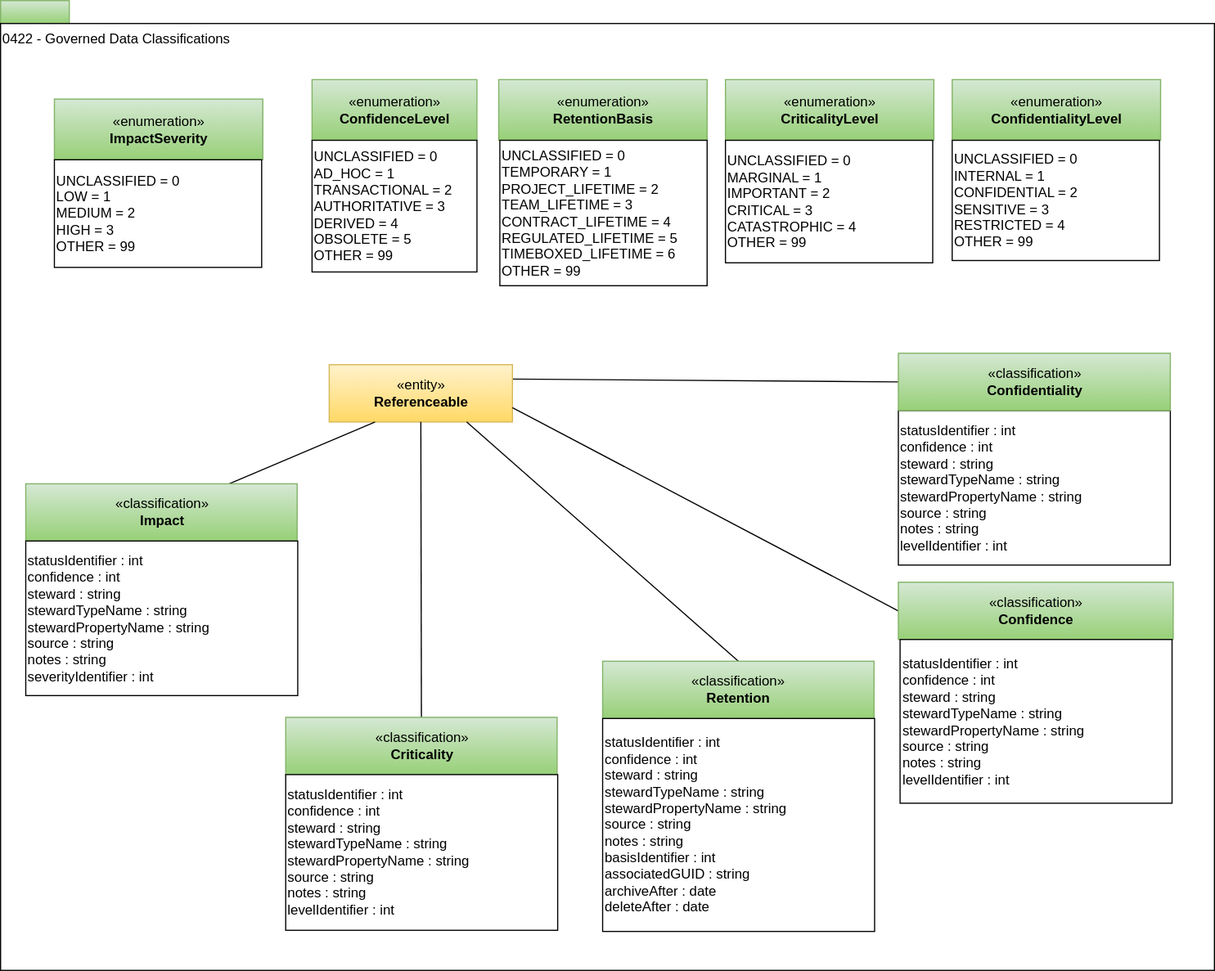
The draw.io diagram site/docs/types/4/0422-Governed-Data-Classifications.svg in odpi/egeria-docs, before a commit. Source tidied: cells renumbered, new cells last; positions are measured from the earlier drawing's top-left corner, leaving out a move shared by most shapes.
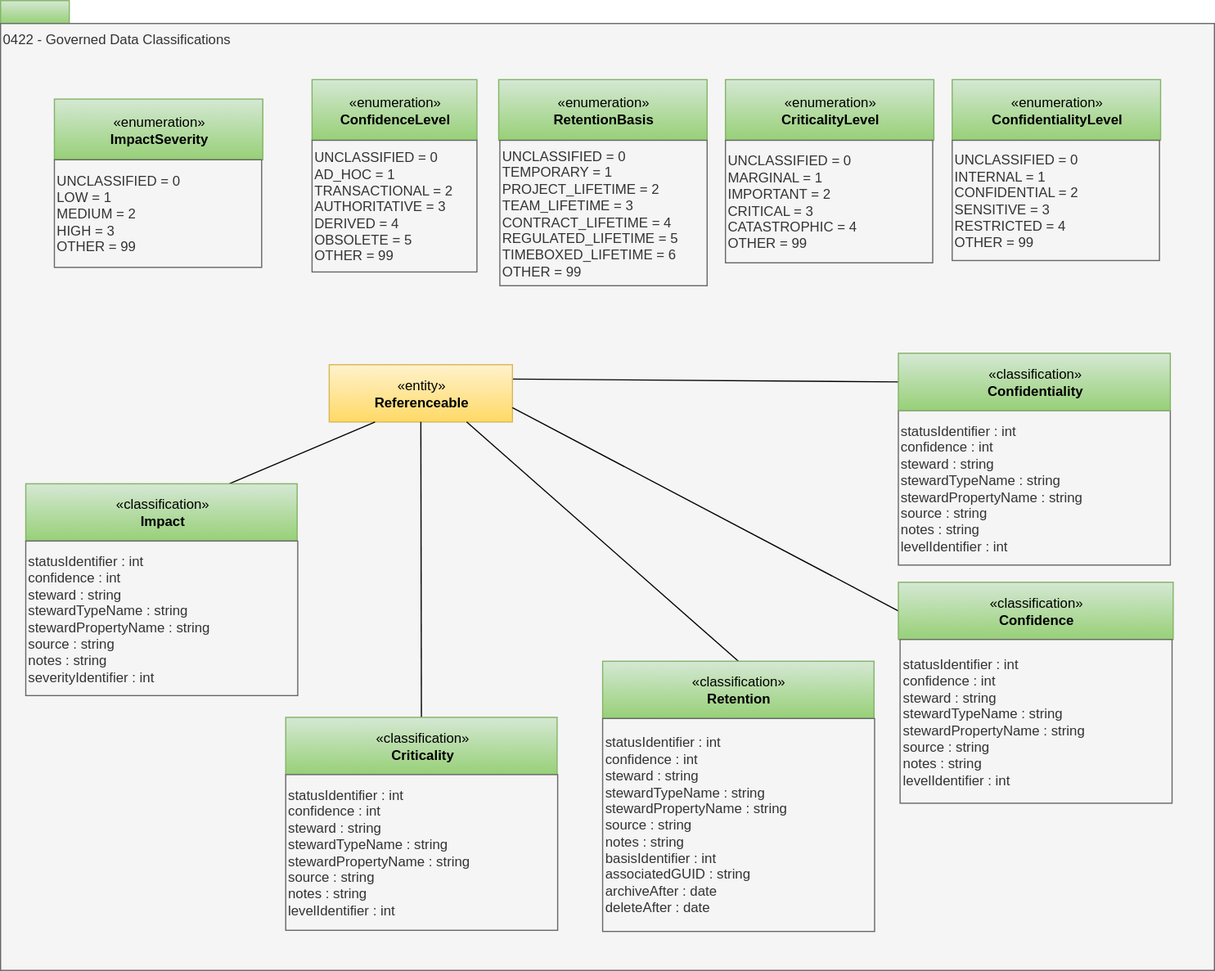
The same file after the commit.

The edit, as a diff of the source:
```diff
@@ -5,10 +5,10 @@
     <mxCell id="2" style="rounded=0;whiteSpace=wrap;html=1;align=left;fillColor=#d5e8d4;strokeColor=#82b366;gradientColor=#97d077;" parent="1" vertex="1">
       <mxGeometry width="60" height="20" as="geometry" />
     </mxCell>
-    <mxCell id="3" value="0422 - Governed Data Classifications" style="rounded=0;whiteSpace=wrap;html=1;align=left;verticalAlign=top;" parent="1" vertex="1">
+    <mxCell id="3" value="0422 - Governed Data Classifications" style="rounded=0;whiteSpace=wrap;html=1;align=left;verticalAlign=top;fillColor=#f5f5f5;fontColor=#333333;strokeColor=#666666;" parent="1" vertex="1">
       <mxGeometry y="20" width="1060" height="827" as="geometry" />
     </mxCell>
-    <mxCell id="4" value="statusIdentifier : int&lt;br&gt;&lt;span&gt;confidence : int&lt;br&gt;steward : string&lt;br&gt;&lt;/span&gt;stewardTypeName : string&lt;br&gt;stewardPropertyName : string&lt;span&gt;&lt;br&gt;source : string&lt;br&gt;notes : string&lt;br&gt;levelIdentifier : int&lt;br&gt;&lt;/span&gt;" style="rounded=0;whiteSpace=wrap;html=1;strokeColor=#000000;gradientColor=#ffffff;align=left;" parent="1" vertex="1">
+    <mxCell id="4" value="statusIdentifier : int&lt;br&gt;&lt;span&gt;confidence : int&lt;br&gt;steward : string&lt;br&gt;&lt;/span&gt;stewardTypeName : string&lt;br&gt;stewardPropertyName : string&lt;span&gt;&lt;br&gt;source : string&lt;br&gt;notes : string&lt;br&gt;levelIdentifier : int&lt;br&gt;&lt;/span&gt;" style="rounded=0;whiteSpace=wrap;html=1;strokeColor=#666666;align=left;fillColor=#f5f5f5;fontColor=#333333;" parent="1" vertex="1">
       <mxGeometry x="784" y="358" width="237.5" height="135" as="geometry" />
     </mxCell>
     <mxCell id="5" style="rounded=0;html=1;endArrow=none;endFill=0;jettySize=auto;exitX=1;exitY=0.25;exitDx=0;exitDy=0;entryX=0;entryY=0.5;entryDx=0;entryDy=0;" parent="1" edge="1" source="6" target="7">
@@ -38,13 +38,13 @@
     <mxCell id="13" value="«classification»&lt;br&gt;&lt;b&gt;Criticality&lt;/b&gt;" style="html=1;strokeColor=#82b366;align=center;fillColor=#d5e8d4;gradientColor=#97d077;" parent="1" vertex="1">
       <mxGeometry x="249" y="626" width="237" height="50" as="geometry" />
     </mxCell>
-    <mxCell id="14" value="statusIdentifier : int&lt;br&gt;&lt;span&gt;confidence : int&lt;br&gt;steward : string&lt;br&gt;&lt;/span&gt;stewardTypeName : string&lt;br&gt;stewardPropertyName : string&lt;span&gt;&lt;br&gt;source : string&lt;br&gt;notes : string&lt;br&gt;levelIdentifier : int&lt;br&gt;&lt;/span&gt;" style="rounded=0;whiteSpace=wrap;html=1;strokeColor=#000000;gradientColor=#ffffff;align=left;" parent="1" vertex="1">
+    <mxCell id="14" value="statusIdentifier : int&lt;br&gt;&lt;span&gt;confidence : int&lt;br&gt;steward : string&lt;br&gt;&lt;/span&gt;stewardTypeName : string&lt;br&gt;stewardPropertyName : string&lt;span&gt;&lt;br&gt;source : string&lt;br&gt;notes : string&lt;br&gt;levelIdentifier : int&lt;br&gt;&lt;/span&gt;" style="rounded=0;whiteSpace=wrap;html=1;strokeColor=#666666;align=left;fillColor=#f5f5f5;fontColor=#333333;" parent="1" vertex="1">
       <mxGeometry x="785.5" y="558" width="237.5" height="143" as="geometry" />
     </mxCell>
-    <mxCell id="15" value="statusIdentifier : int&lt;br&gt;&lt;span&gt;confidence : int&lt;br&gt;steward : string&lt;br&gt;&lt;/span&gt;stewardTypeName : string&lt;br&gt;stewardPropertyName : string&lt;span&gt;&lt;br&gt;source : string&lt;br&gt;notes : string&lt;br&gt;basisIdentifier : int&lt;br&gt;associatedGUID : string&lt;br&gt;archiveAfter : date&lt;br&gt;deleteAfter : date&lt;br&gt;&lt;/span&gt;" style="rounded=0;whiteSpace=wrap;html=1;strokeColor=#000000;gradientColor=#ffffff;align=left;" parent="1" vertex="1">
+    <mxCell id="15" value="statusIdentifier : int&lt;br&gt;&lt;span&gt;confidence : int&lt;br&gt;steward : string&lt;br&gt;&lt;/span&gt;stewardTypeName : string&lt;br&gt;stewardPropertyName : string&lt;span&gt;&lt;br&gt;source : string&lt;br&gt;notes : string&lt;br&gt;basisIdentifier : int&lt;br&gt;associatedGUID : string&lt;br&gt;archiveAfter : date&lt;br&gt;deleteAfter : date&lt;br&gt;&lt;/span&gt;" style="rounded=0;whiteSpace=wrap;html=1;strokeColor=#666666;align=left;fillColor=#f5f5f5;fontColor=#333333;" parent="1" vertex="1">
       <mxGeometry x="525.8" y="627" width="237.5" height="186" as="geometry" />
     </mxCell>
-    <mxCell id="16" value="&lt;span&gt;statusIdentifier : int&lt;br&gt;confidence : int&lt;br&gt;steward : string&lt;br&gt;&lt;/span&gt;stewardTypeName : string&lt;br&gt;stewardPropertyName : string&lt;span&gt;&lt;br&gt;source : string&lt;br&gt;notes : string&lt;br&gt;levelIdentifier : int&lt;br&gt;&lt;/span&gt;" style="rounded=0;whiteSpace=wrap;html=1;strokeColor=#000000;gradientColor=#ffffff;align=left;" parent="1" vertex="1">
+    <mxCell id="16" value="&lt;span&gt;statusIdentifier : int&lt;br&gt;confidence : int&lt;br&gt;steward : string&lt;br&gt;&lt;/span&gt;stewardTypeName : string&lt;br&gt;stewardPropertyName : string&lt;span&gt;&lt;br&gt;source : string&lt;br&gt;notes : string&lt;br&gt;levelIdentifier : int&lt;br&gt;&lt;/span&gt;" style="rounded=0;whiteSpace=wrap;html=1;strokeColor=#666666;align=left;fillColor=#f5f5f5;fontColor=#333333;" parent="1" vertex="1">
       <mxGeometry x="249" y="676" width="237.5" height="136" as="geometry" />
     </mxCell>
     <mxCell id="17" style="edgeStyle=none;rounded=0;jettySize=auto;html=1;exitX=0.75;exitY=0;exitDx=0;exitDy=0;entryX=0.25;entryY=1;entryDx=0;entryDy=0;endArrow=none;endFill=0;endSize=19;strokeWidth=1;" parent="1" edge="1" source="18" target="6">
@@ -53,37 +53,37 @@
     <mxCell id="18" value="«classification»&lt;br&gt;&lt;b&gt;Impact&lt;/b&gt;" style="html=1;strokeColor=#82b366;align=center;fillColor=#d5e8d4;gradientColor=#97d077;" parent="1" vertex="1">
       <mxGeometry x="22" y="422" width="237" height="50" as="geometry" />
     </mxCell>
-    <mxCell id="19" value="statusIdentifier : int&lt;br&gt;&lt;span&gt;confidence : int&lt;br&gt;steward : string&lt;br&gt;stewardTypeName : string&lt;br&gt;stewardPropertyName : string&amp;nbsp;&lt;br&gt;source : string&lt;br&gt;notes : string&lt;br&gt;severityIdentifier : int&lt;br&gt;&lt;/span&gt;" style="rounded=0;whiteSpace=wrap;html=1;strokeColor=#000000;gradientColor=#ffffff;align=left;" parent="1" vertex="1">
+    <mxCell id="19" value="statusIdentifier : int&lt;br&gt;&lt;span&gt;confidence : int&lt;br&gt;steward : string&lt;br&gt;stewardTypeName : string&lt;br&gt;stewardPropertyName : string&amp;nbsp;&lt;br&gt;source : string&lt;br&gt;notes : string&lt;br&gt;severityIdentifier : int&lt;br&gt;&lt;/span&gt;" style="rounded=0;whiteSpace=wrap;html=1;strokeColor=#666666;align=left;fillColor=#f5f5f5;fontColor=#333333;" parent="1" vertex="1">
       <mxGeometry x="22" y="472" width="237.5" height="135" as="geometry" />
     </mxCell>
     <mxCell id="20" value="«enumeration»&lt;br&gt;&lt;b&gt;ConfidenceLevel&lt;/b&gt;" style="html=1;strokeColor=#82b366;align=center;fillColor=#d5e8d4;gradientColor=#97d077;" parent="1" vertex="1">
       <mxGeometry x="272" y="69" width="144" height="53" as="geometry" />
     </mxCell>
-    <mxCell id="21" value="UNCLASSIFIED = 0&lt;br&gt;AD_HOC = 1&lt;br&gt;TRANSACTIONAL = 2&lt;br&gt;AUTHORITATIVE = 3&lt;br&gt;DERIVED = 4&lt;br&gt;OBSOLETE = 5&lt;br&gt;OTHER = 99" style="rounded=0;whiteSpace=wrap;html=1;strokeColor=#000000;gradientColor=#ffffff;align=left;" parent="1" vertex="1">
+    <mxCell id="21" value="UNCLASSIFIED = 0&lt;br&gt;AD_HOC = 1&lt;br&gt;TRANSACTIONAL = 2&lt;br&gt;AUTHORITATIVE = 3&lt;br&gt;DERIVED = 4&lt;br&gt;OBSOLETE = 5&lt;br&gt;OTHER = 99" style="rounded=0;whiteSpace=wrap;html=1;strokeColor=#666666;align=left;fillColor=#f5f5f5;fontColor=#333333;" parent="1" vertex="1">
       <mxGeometry x="272" y="122" width="144" height="115" as="geometry" />
     </mxCell>
     <mxCell id="22" value="«enumeration»&lt;br&gt;&lt;b&gt;RetentionBasis&lt;/b&gt;" style="html=1;strokeColor=#82b366;align=center;fillColor=#d5e8d4;gradientColor=#97d077;" parent="1" vertex="1">
       <mxGeometry x="435" y="69" width="182" height="53" as="geometry" />
     </mxCell>
-    <mxCell id="23" value="UNCLASSIFIED = 0&lt;br&gt;TEMPORARY = 1&lt;br&gt;PROJECT_LIFETIME = 2&lt;br&gt;TEAM_LIFETIME = 3&lt;br&gt;CONTRACT_LIFETIME = 4&lt;br&gt;REGULATED_LIFETIME = 5&lt;br&gt;TIMEBOXED_LIFETIME = 6&lt;br&gt;OTHER = 99" style="rounded=0;whiteSpace=wrap;html=1;strokeColor=#000000;gradientColor=#ffffff;align=left;" parent="1" vertex="1">
+    <mxCell id="23" value="UNCLASSIFIED = 0&lt;br&gt;TEMPORARY = 1&lt;br&gt;PROJECT_LIFETIME = 2&lt;br&gt;TEAM_LIFETIME = 3&lt;br&gt;CONTRACT_LIFETIME = 4&lt;br&gt;REGULATED_LIFETIME = 5&lt;br&gt;TIMEBOXED_LIFETIME = 6&lt;br&gt;OTHER = 99" style="rounded=0;whiteSpace=wrap;html=1;strokeColor=#666666;align=left;fillColor=#f5f5f5;fontColor=#333333;" parent="1" vertex="1">
       <mxGeometry x="436" y="122" width="181" height="127" as="geometry" />
     </mxCell>
     <mxCell id="24" value="«enumeration»&lt;br&gt;&lt;b&gt;CriticalityLevel&lt;/b&gt;" style="html=1;strokeColor=#82b366;align=center;fillColor=#d5e8d4;gradientColor=#97d077;" parent="1" vertex="1">
       <mxGeometry x="633" y="69" width="182" height="53" as="geometry" />
     </mxCell>
-    <mxCell id="25" value="UNCLASSIFIED = 0&lt;br&gt;MARGINAL = 1&lt;br&gt;IMPORTANT = 2&lt;br&gt;CRITICAL = 3&lt;br&gt;CATASTROPHIC = 4&lt;br&gt;OTHER = 99" style="rounded=0;whiteSpace=wrap;html=1;strokeColor=#000000;gradientColor=#ffffff;align=left;" parent="1" vertex="1">
+    <mxCell id="25" value="UNCLASSIFIED = 0&lt;br&gt;MARGINAL = 1&lt;br&gt;IMPORTANT = 2&lt;br&gt;CRITICAL = 3&lt;br&gt;CATASTROPHIC = 4&lt;br&gt;OTHER = 99" style="rounded=0;whiteSpace=wrap;html=1;strokeColor=#666666;align=left;fillColor=#f5f5f5;fontColor=#333333;" parent="1" vertex="1">
       <mxGeometry x="633" y="122" width="181" height="107" as="geometry" />
     </mxCell>
     <mxCell id="26" value="«enumeration»&lt;br&gt;&lt;b&gt;ConfidentialityLevel&lt;/b&gt;" style="html=1;strokeColor=#82b366;align=center;fillColor=#d5e8d4;gradientColor=#97d077;" parent="1" vertex="1">
       <mxGeometry x="831" y="69" width="182" height="53" as="geometry" />
     </mxCell>
-    <mxCell id="27" value="UNCLASSIFIED = 0&lt;br&gt;INTERNAL = 1&lt;br&gt;CONFIDENTIAL = 2&lt;br&gt;SENSITIVE = 3&lt;br&gt;RESTRICTED = 4&lt;br&gt;OTHER = 99" style="rounded=0;whiteSpace=wrap;html=1;strokeColor=#000000;gradientColor=#ffffff;align=left;" parent="1" vertex="1">
+    <mxCell id="27" value="UNCLASSIFIED = 0&lt;br&gt;INTERNAL = 1&lt;br&gt;CONFIDENTIAL = 2&lt;br&gt;SENSITIVE = 3&lt;br&gt;RESTRICTED = 4&lt;br&gt;OTHER = 99" style="rounded=0;whiteSpace=wrap;html=1;strokeColor=#666666;align=left;fillColor=#f5f5f5;fontColor=#333333;" parent="1" vertex="1">
       <mxGeometry x="831" y="122" width="181" height="105" as="geometry" />
     </mxCell>
     <mxCell id="28" value="«enumeration»&lt;br&gt;&lt;b&gt;ImpactSeverity&lt;/b&gt;" style="html=1;strokeColor=#82b366;align=center;fillColor=#d5e8d4;gradientColor=#97d077;" parent="1" vertex="1">
       <mxGeometry x="47" y="86" width="182" height="53" as="geometry" />
     </mxCell>
-    <mxCell id="29" value="UNCLASSIFIED = 0&lt;br&gt;LOW = 1&lt;br&gt;MEDIUM = 2&lt;br&gt;HIGH = 3&lt;br&gt;OTHER = 99" style="rounded=0;whiteSpace=wrap;html=1;strokeColor=#000000;gradientColor=#ffffff;align=left;" parent="1" vertex="1">
+    <mxCell id="29" value="UNCLASSIFIED = 0&lt;br&gt;LOW = 1&lt;br&gt;MEDIUM = 2&lt;br&gt;HIGH = 3&lt;br&gt;OTHER = 99" style="rounded=0;whiteSpace=wrap;html=1;strokeColor=#666666;align=left;fillColor=#f5f5f5;fontColor=#333333;" parent="1" vertex="1">
       <mxGeometry x="47" y="139" width="181" height="94" as="geometry" />
     </mxCell>
   </root>
```
